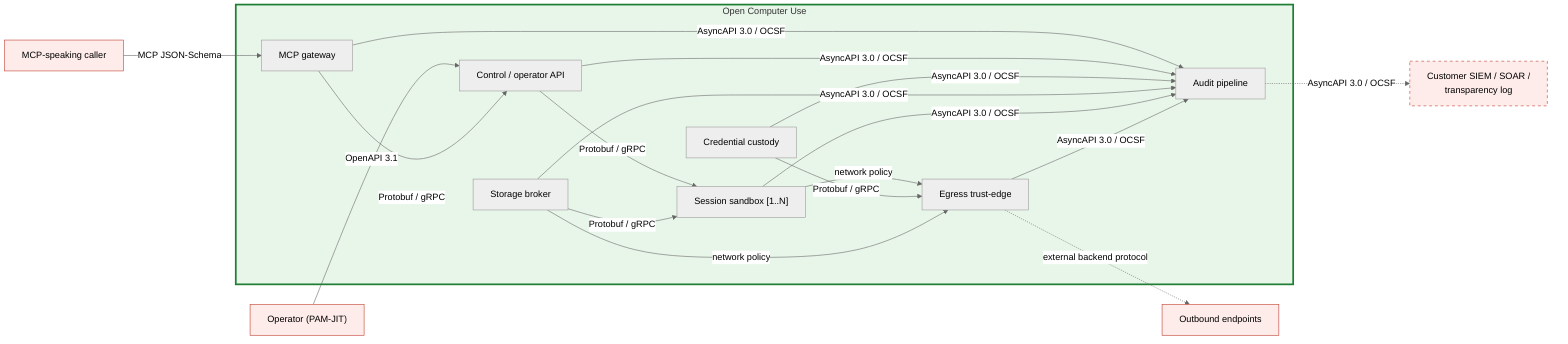
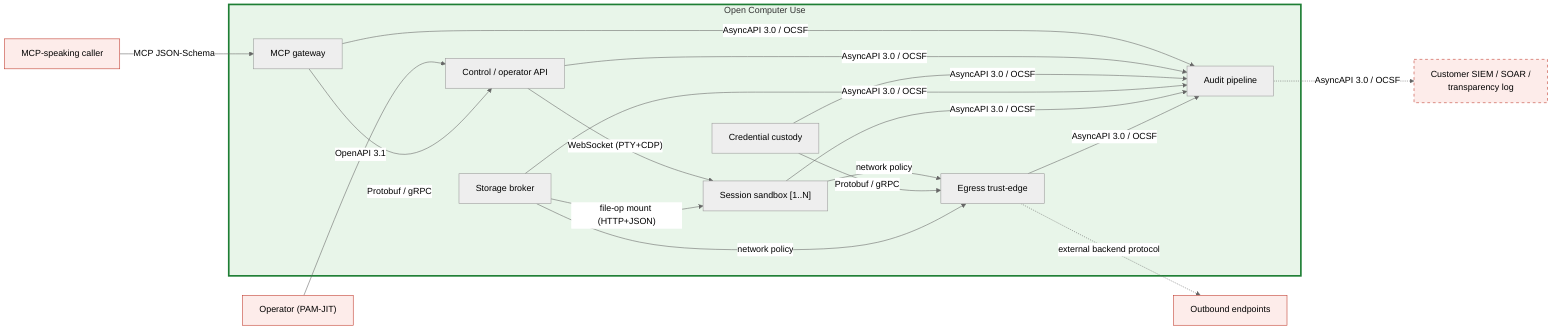
%% SPDX-License-Identifier: FSL-1.1-Apache-2.0
%% Copyright (c) 2025 Open Computer Use Contributors
%% Layer 8 (Contracts) overlay. Referenced from docs/architecture/08-contracts.md.
%% Same seven containers as diagrams/c4-container.mmd; edge labels carry the CONTRACT FORMAT
%% on each crossing, not the token/protocol. Zone shading is not redrawn — see Layer 3/6.
%% Solid = OCU-defined or conform-inbound; dashed = external party owns the wire format.

%%{init: {"theme": "neutral"} }%%
flowchart LR

    PEER["MCP-speaking caller"]:::ext
    OPER["Operator (PAM-JIT)"]:::ext
    UPSTREAM["Outbound endpoints"]:::ext
    SINK["Customer SIEM / SOAR /<br/>transparency log"]:::extOpt

    subgraph OCU["Open Computer Use"]
        MCPG["MCP gateway"]
        CTRL["Control / operator API"]
        CUST["Credential custody"]
        STORE["Storage broker"]
        VM["Session sandbox [1..N]"]
        EDGE["Egress trust-edge"]
        AUD["Audit pipeline"]
    end

    PEER -->|"MCP JSON-Schema"| MCPG
    OPER -->|"OpenAPI 3.1"| CTRL
    MCPG -->|"Protobuf / gRPC"| CTRL
-     CTRL -->|"Protobuf / gRPC"| VM
-     STORE -->|"Protobuf / gRPC"| VM
+     CTRL -->|"WebSocket (PTY+CDP)"| VM
+     STORE -->|"file-op mount (HTTP+JSON)"| VM
    VM -->|"network policy"| EDGE
    CUST -->|"Protobuf / gRPC"| EDGE
    STORE -->|"network policy"| EDGE
    EDGE -.->|"external backend protocol"| UPSTREAM

    MCPG -->|"AsyncAPI 3.0 / OCSF"| AUD
    CTRL -->|"AsyncAPI 3.0 / OCSF"| AUD
    CUST -->|"AsyncAPI 3.0 / OCSF"| AUD
    STORE -->|"AsyncAPI 3.0 / OCSF"| AUD
    VM -->|"AsyncAPI 3.0 / OCSF"| AUD
    EDGE -->|"AsyncAPI 3.0 / OCSF"| AUD
    AUD -.->|"AsyncAPI 3.0 / OCSF"| SINK

    classDef ext fill:#fdecea,stroke:#c0392b,stroke-width:1px;
    classDef extOpt fill:#fdecea,stroke:#c0392b,stroke-dasharray: 5 5;
    style OCU fill:#e8f5e9,stroke:#1e7e34,stroke-width:3px;
